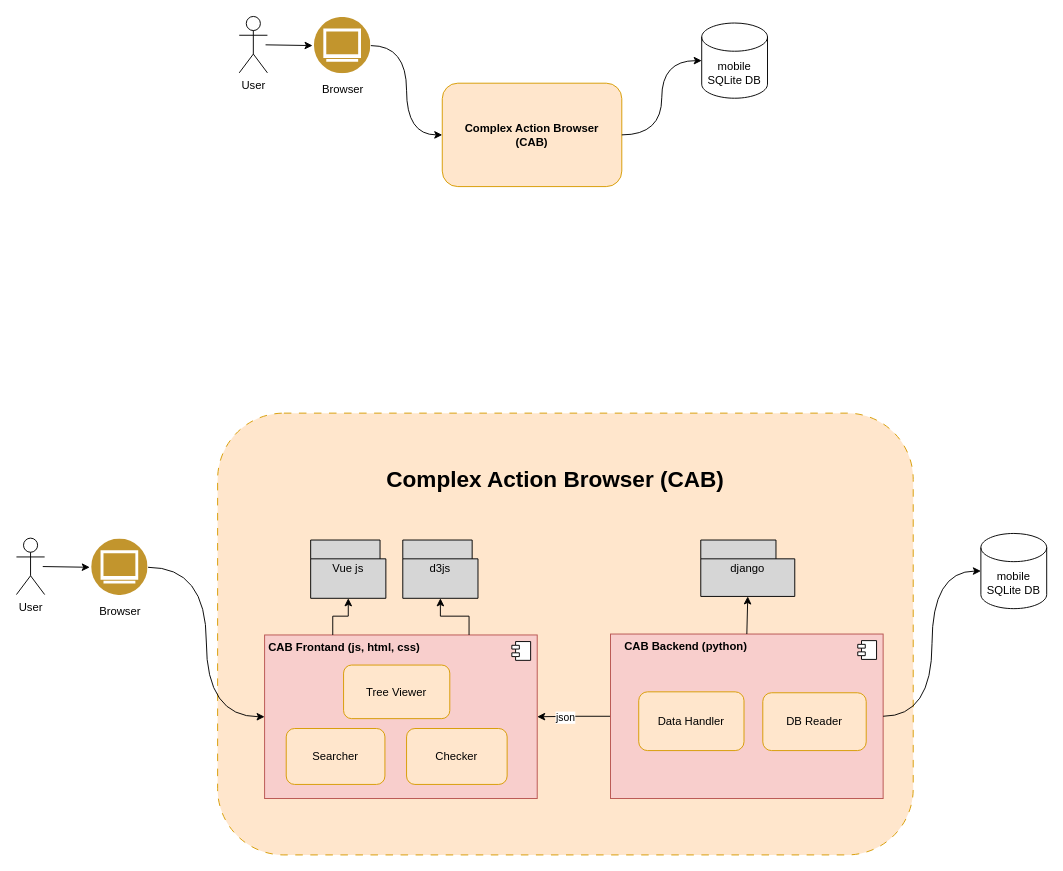
Above: doc/Design.drawio in Djelloul-Briksi/Portfolio-Software-Engineering (draw.io), before the change. Source tidied: cells renumbered, new cells numbered last; positions are measured from the earlier drawing's top-left corner, leaving out a move shared by most shapes. Both pictures are drawn from the tidied source at 94%, with x=0, y=0 at pixel (16, 16).
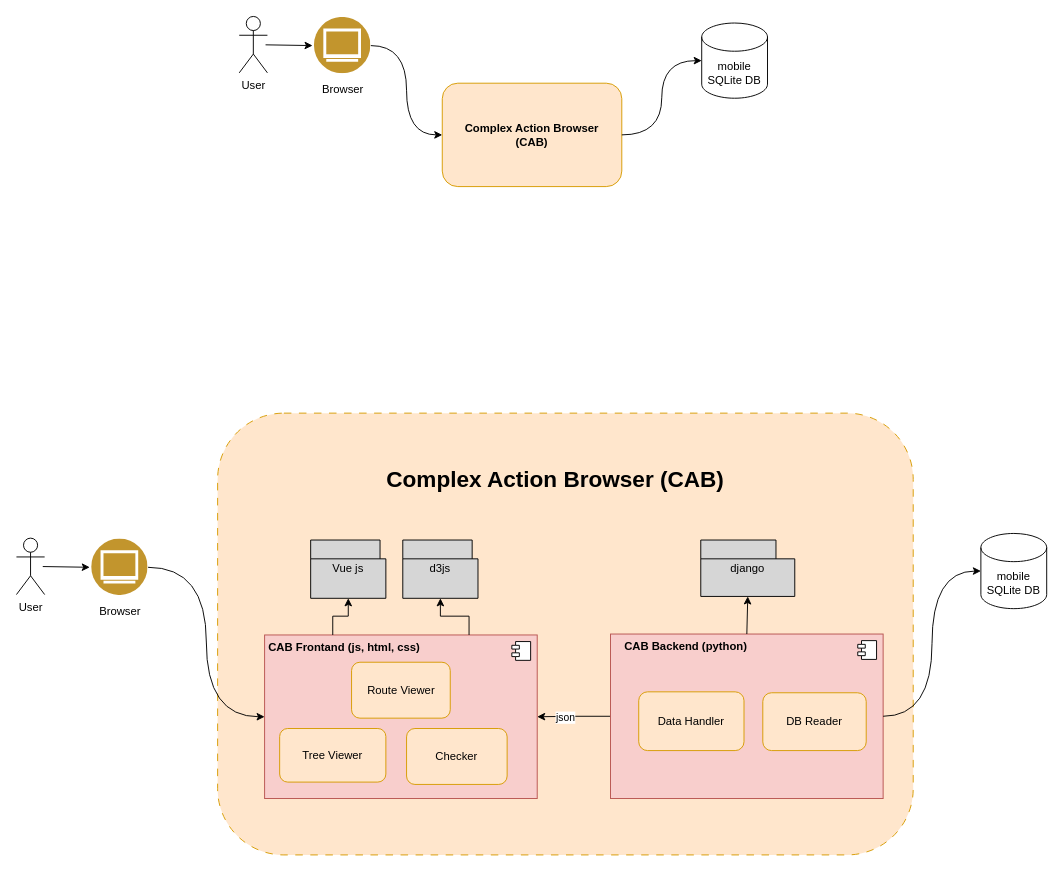
The same page after the edit.

Change to the diagram source:
```diff
@@
     <mxCell id="33" value="&lt;div&gt;Tree Viewer&lt;/div&gt;" style="rounded=1;whiteSpace=wrap;html=1;fillColor=#ffe6cc;strokeColor=#d79b00;" parent="1" vertex="1">
-      <mxGeometry x="348" y="690" width="113" height="57" as="geometry" />
+      <mxGeometry x="280" y="757.5" width="113" height="57" as="geometry" />
     </mxCell>
@@
-    <mxCell id="35" value="Searcher" style="rounded=1;whiteSpace=wrap;html=1;fillColor=#ffe6cc;strokeColor=#d79b00;" parent="1" vertex="1">
-      <mxGeometry x="287" y="757.5" width="105" height="59.5" as="geometry" />
+    <mxCell id="35" value="Route Viewer" style="rounded=1;whiteSpace=wrap;html=1;fillColor=#ffe6cc;strokeColor=#d79b00;" parent="1" vertex="1">
+      <mxGeometry x="356.5" y="687" width="105" height="59.5" as="geometry" />
     </mxCell>
```
